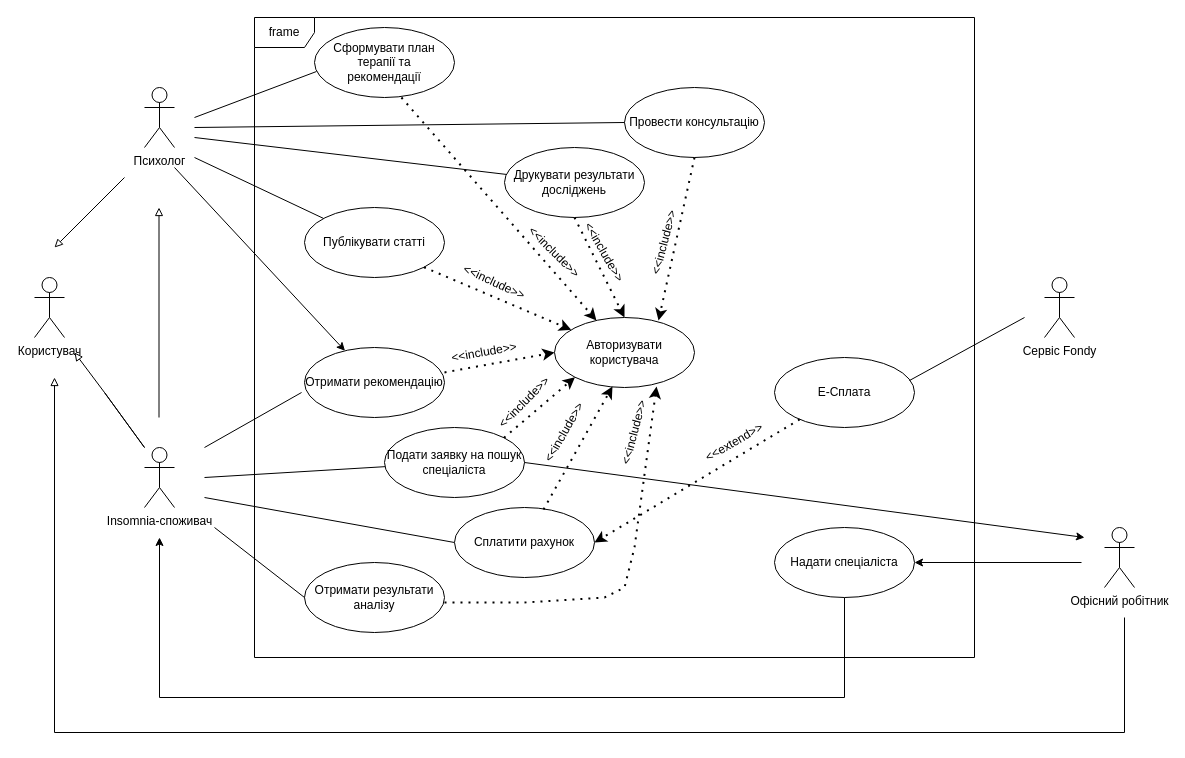
Before: 1-SoftwareRequirements/1.3-SoftwareUserRequirements/1.3.3-UseCaseDiagram/UserCase.drawio in oleksandrblazhko/ai204-pargalova, a draw.io diagram. Source tidied: cells renumbered, new cells numbered last; positions are measured from the earlier drawing's top-left corner, leaving out a move shared by most shapes. Both pictures are drawn from the tidied source at 100%, with x=0, y=0 at pixel (34, 17).
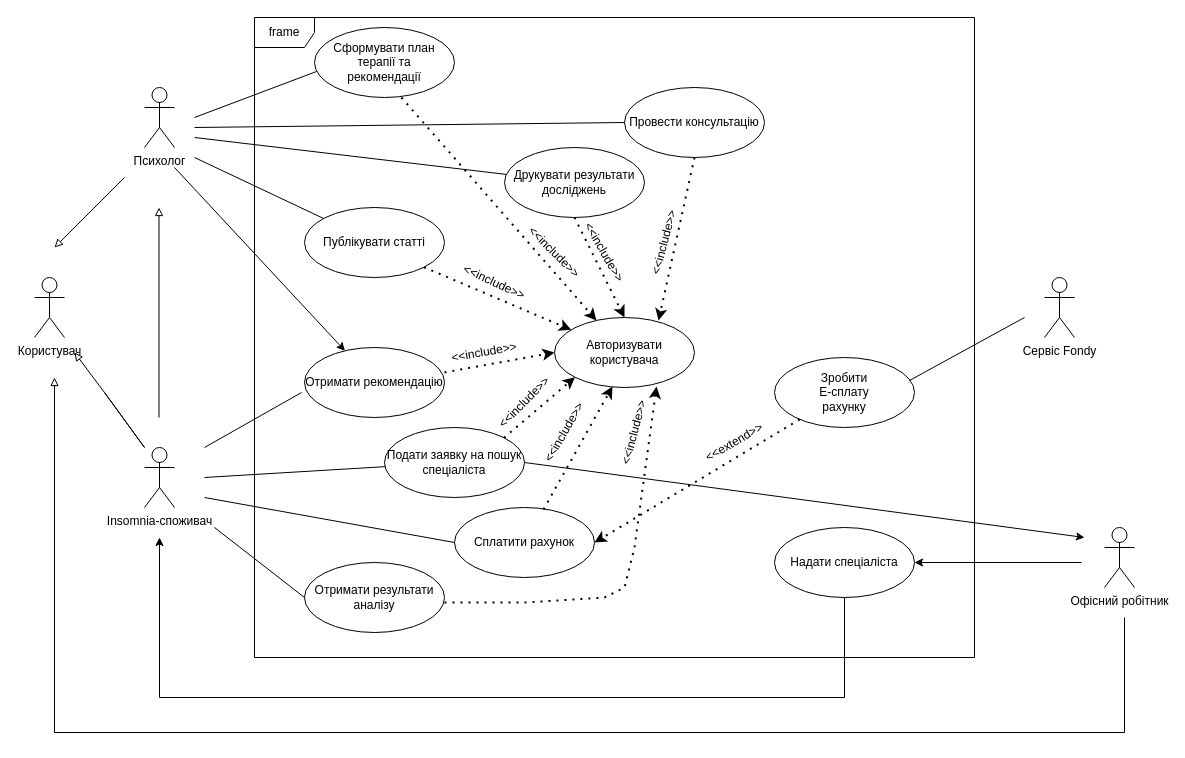
After the change.

Diff of the diagram source:
```diff
@@
-    <mxCell id="20" value="E-Сплата" style="ellipse;whiteSpace=wrap;html=1;" parent="1" vertex="1">
+    <mxCell id="20" value="Зробити&lt;br&gt;E-сплату&lt;br&gt;рахунку" style="ellipse;whiteSpace=wrap;html=1;" parent="1" vertex="1">
       <mxGeometry x="740" y="340" width="140" height="70" as="geometry" />
     </mxCell>
```
